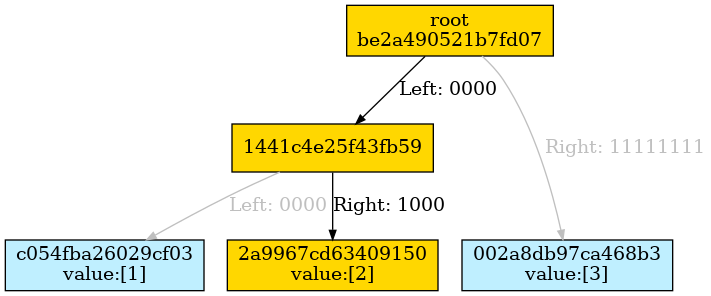
The Graphviz diagram docs/merkle_tree/proofs/inclusion_proof.dot.png in juicebox-systems/juicebox-hsm-realm, before a commit. Its source is kept beside it as docs/merkle_tree/proofs/inclusion_proof.dot.
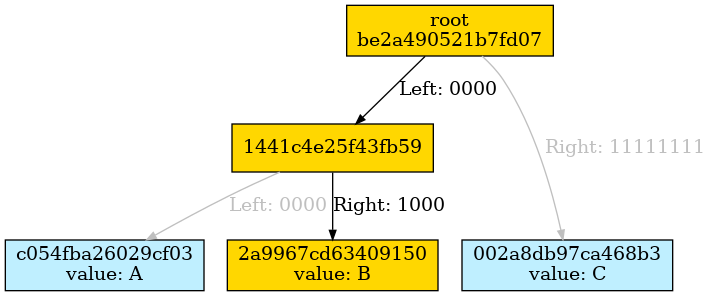
The same diagram one commit later.

Diff of the diagram source:
```diff
@@ -22,9 +22,9 @@
 Subgraph depth_256 {
 rank=same
 
-hc054fba26029cf03 [fillcolor=lightblue1 label="c054fba26029cf03\nvalue:[1]" ordering=out shape=box style=filled ];
-h2a9967cd63409150 [fillcolor=gold1 label="2a9967cd63409150\nvalue:[2]" ordering=out shape=box style=filled ];
-h002a8db97ca468b3 [fillcolor=lightblue1 label="002a8db97ca468b3\nvalue:[3]" ordering=out shape=box style=filled ];
+hc054fba26029cf03 [fillcolor=lightblue1 label="c054fba26029cf03\nvalue: A" ordering=out shape=box style=filled ];
+h2a9967cd63409150 [fillcolor=gold1 label="2a9967cd63409150\nvalue: B" ordering=out shape=box style=filled ];
+h002a8db97ca468b3 [fillcolor=lightblue1 label="002a8db97ca468b3\nvalue: C" ordering=out shape=box style=filled ];
 }
 
 }
```
